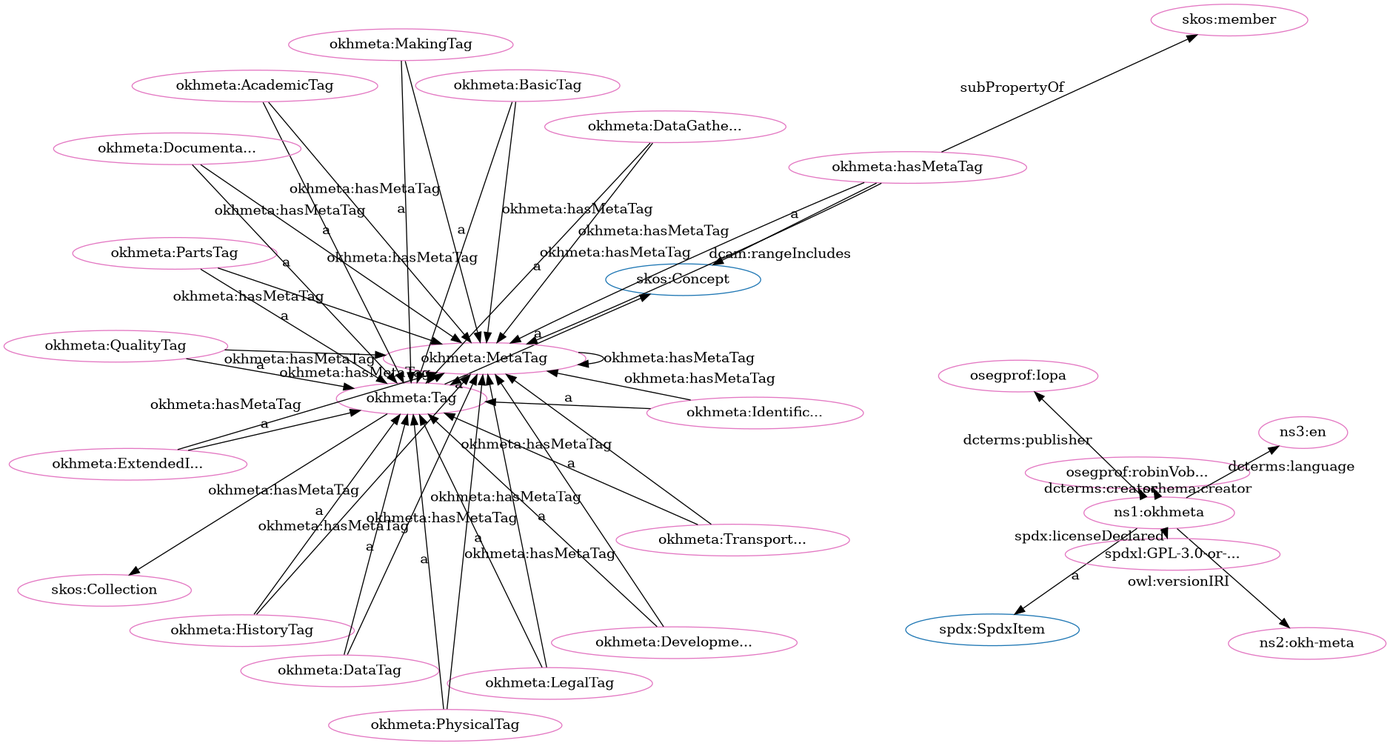
Earlier version of the Graphviz export src/spec/dot_okh-meta-clean.png (iop-alliance/OpenKnowHow). Its source is kept beside it as src/spec/dot_okh-meta-clean.dot.
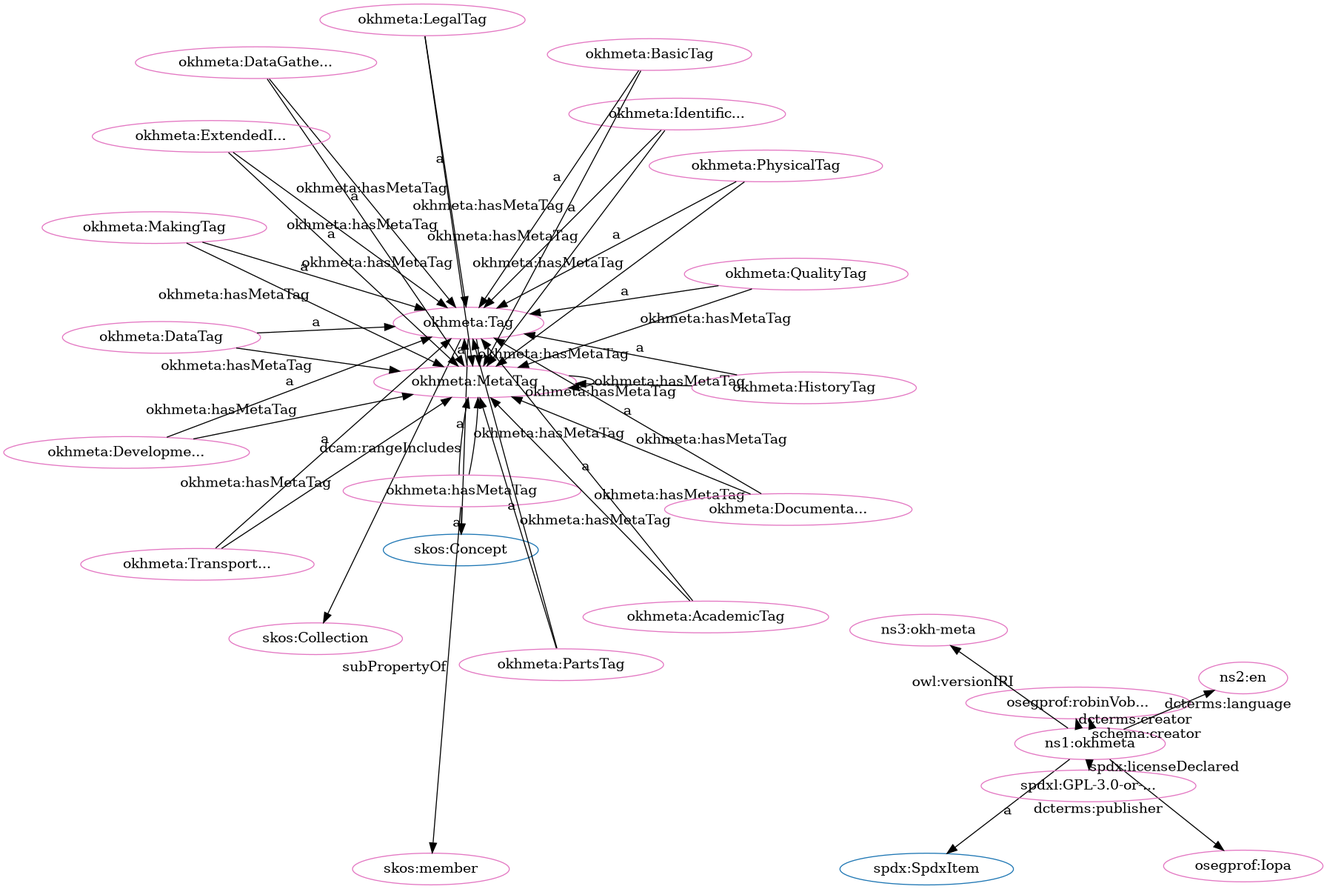
After the commit.

The edit, as a diff of the source:
```diff
@@ -1,80 +1,80 @@
 digraph G {
   rankdir=BT
   node[height=.3]
+"http://www.w3.org/2004/02/skos/core#Concept" [fillcolor="#1f77b4" color="#1f77b4" label="skos:Concept"]
+"http://w3id.org/oseg/ont/okhmeta#Tag" [fillcolor="#1f77b4" color="#1f77b4" label="okhmeta:Tag"]
+"http://www.w3.org/2004/02/skos/core#Collection" [fillcolor="#1f77b4" color="#1f77b4" label="skos:Collection"]
 "http://spdx.org/rdf/terms#SpdxItem" [fillcolor="#1f77b4" color="#1f77b4" label="spdx:SpdxItem"]
-"http://w3id.org/oseg/ont/okhmeta#Tag" [fillcolor="#1f77b4" color="#1f77b4" label="okhmeta:Tag"]
-"http://www.w3.org/2004/02/skos/core#Concept" [fillcolor="#1f77b4" color="#1f77b4" label="skos:Concept"]
-"http://www.w3.org/2004/02/skos/core#Collection" [fillcolor="#1f77b4" color="#1f77b4" label="skos:Collection"]
-"http://w3id.org/oseg/ont/okhmeta#MetaTag" [fillcolor="#e377c2" color="#e377c2" label="okhmeta:MetaTag"]
-"http://w3id.org/oseg/ont/okhmeta#hasMetaTag" [fillcolor="#e377c2" color="#e377c2" label="okhmeta:hasMetaTag"]
-"http://w3id.org/oseg/ont/okhmeta#TransportationTag" [fillcolor="#e377c2" color="#e377c2" label="okhmeta:Transport..."]
-"http://w3id.org/oseg/ont/okhmeta#PartsTag" [fillcolor="#e377c2" color="#e377c2" label="okhmeta:PartsTag"]
-"http://w3id.org/oseg/ont/okhmeta#ExtendedInfoTag" [fillcolor="#e377c2" color="#e377c2" label="okhmeta:ExtendedI..."]
 "http://w3id.org/oseg/ont/okhmeta#HistoryTag" [fillcolor="#e377c2" color="#e377c2" label="okhmeta:HistoryTag"]
 "http://w3id.org/oseg/ont/okhmeta" [fillcolor="#e377c2" color="#e377c2" label="ns1:okhmeta"]
+"http://w3id.org/oseg/ont/okhmeta#IdentificationTag" [fillcolor="#e377c2" color="#e377c2" label="okhmeta:Identific..."]
+"http://w3id.org/oseg/ont/okhmeta#MetaTag" [fillcolor="#e377c2" color="#e377c2" label="okhmeta:MetaTag"]
+"http://w3id.org/oseg/ont/oseg-profiles#Iopa" [fillcolor="#e377c2" color="#e377c2" label="osegprof:Iopa"]
+"http://w3id.org/oseg/ont/okhmeta#hasMetaTag" [fillcolor="#e377c2" color="#e377c2" label="okhmeta:hasMetaTag"]
+"http://w3id.org/oseg/ont/okhmeta#PartsTag" [fillcolor="#e377c2" color="#e377c2" label="okhmeta:PartsTag"]
+"http://w3id.org/oseg/ont/okhmeta#BasicTag" [fillcolor="#e377c2" color="#e377c2" label="okhmeta:BasicTag"]
 "http://w3id.org/oseg/ont/okhmeta#DevelopmentTag" [fillcolor="#e377c2" color="#e377c2" label="okhmeta:Developme..."]
+"http://w3id.org/oseg/ont/okhmeta#AcademicTag" [fillcolor="#e377c2" color="#e377c2" label="okhmeta:AcademicTag"]
+"http://w3id.org/oseg/ont/oseg-profiles#robinVobruba" [fillcolor="#e377c2" color="#e377c2" label="osegprof:robinVob..."]
+"http://w3id.org/oseg/ont/okhmeta#Tag" [fillcolor="#e377c2" color="#e377c2" label="okhmeta:Tag"]
+"http://id.loc.gov/vocabulary/iso639-1/en" [fillcolor="#e377c2" color="#e377c2" label="ns2:en"]
+"http://www.w3.org/2004/02/skos/core#member" [fillcolor="#e377c2" color="#e377c2" label="skos:member"]
+"http://w3id.org/oseg/ont/okhmeta#QualityTag" [fillcolor="#e377c2" color="#e377c2" label="okhmeta:QualityTag"]
+"http://w3id.org/oseg/ont/okhmeta#MakingTag" [fillcolor="#e377c2" color="#e377c2" label="okhmeta:MakingTag"]
+"http://w3id.org/oseg/ont/okhmeta#PhysicalTag" [fillcolor="#e377c2" color="#e377c2" label="okhmeta:PhysicalTag"]
+"http://w3id.org/oseg/ont/okhmeta#TransportationTag" [fillcolor="#e377c2" color="#e377c2" label="okhmeta:Transport..."]
+"http://w3id.org/oseg/ont/1.1.0/okh-meta" [fillcolor="#e377c2" color="#e377c2" label="ns3:okh-meta"]
+"http://w3id.org/oseg/ont/okhmeta#DocumentationTag" [fillcolor="#e377c2" color="#e377c2" label="okhmeta:Documenta..."]
 "http://w3id.org/oseg/ont/okhmeta#LegalTag" [fillcolor="#e377c2" color="#e377c2" label="okhmeta:LegalTag"]
-"http://w3id.org/oseg/ont/okhmeta#MakingTag" [fillcolor="#e377c2" color="#e377c2" label="okhmeta:MakingTag"]
 "http://w3id.org/oseg/ont/okhmeta#DataTag" [fillcolor="#e377c2" color="#e377c2" label="okhmeta:DataTag"]
-"http://www.w3.org/2004/02/skos/core#member" [fillcolor="#e377c2" color="#e377c2" label="skos:member"]
-"http://w3id.org/oseg/ont/1.1.0/okh-meta" [fillcolor="#e377c2" color="#e377c2" label="ns2:okh-meta"]
-"http://w3id.org/oseg/ont/okhmeta#QualityTag" [fillcolor="#e377c2" color="#e377c2" label="okhmeta:QualityTag"]
 "http://w3id.org/oseg/ont/okhmeta#DataGatheringTag" [fillcolor="#e377c2" color="#e377c2" label="okhmeta:DataGathe..."]
-"http://w3id.org/oseg/ont/okhmeta#IdentificationTag" [fillcolor="#e377c2" color="#e377c2" label="okhmeta:Identific..."]
-"http://w3id.org/oseg/ont/oseg-profiles#robinVobruba" [fillcolor="#e377c2" color="#e377c2" label="osegprof:robinVob..."]
-"http://w3id.org/oseg/ont/okhmeta#AcademicTag" [fillcolor="#e377c2" color="#e377c2" label="okhmeta:AcademicTag"]
-"http://w3id.org/oseg/ont/okhmeta#Tag" [fillcolor="#e377c2" color="#e377c2" label="okhmeta:Tag"]
-"http://w3id.org/oseg/ont/okhmeta#PhysicalTag" [fillcolor="#e377c2" color="#e377c2" label="okhmeta:PhysicalTag"]
-"http://id.loc.gov/vocabulary/iso639-1/en" [fillcolor="#e377c2" color="#e377c2" label="ns3:en"]
-"http://w3id.org/oseg/ont/oseg-profiles#Iopa" [fillcolor="#e377c2" color="#e377c2" label="osegprof:Iopa"]
+"http://w3id.org/oseg/ont/okhmeta#ExtendedInfoTag" [fillcolor="#e377c2" color="#e377c2" label="okhmeta:ExtendedI..."]
+"http://spdx.org/licenses/GPL-3.0-or-later" [fillcolor="#e377c2" color="#e377c2" label="spdxl:GPL-3.0-or-..."]
 "http://www.w3.org/2004/02/skos/core#Collection" [fillcolor="#e377c2" color="#e377c2" label="skos:Collection"]
-"http://w3id.org/oseg/ont/okhmeta#DocumentationTag" [fillcolor="#e377c2" color="#e377c2" label="okhmeta:Documenta..."]
-"http://w3id.org/oseg/ont/okhmeta#BasicTag" [fillcolor="#e377c2" color="#e377c2" label="okhmeta:BasicTag"]
-"http://spdx.org/licenses/GPL-3.0-or-later" [fillcolor="#e377c2" color="#e377c2" label="spdxl:GPL-3.0-or-..."]
+  "http://w3id.org/oseg/ont/okhmeta#HistoryTag" -> "http://w3id.org/oseg/ont/okhmeta#Tag" [label="a"]
+  "http://w3id.org/oseg/ont/okhmeta#IdentificationTag" -> "http://w3id.org/oseg/ont/okhmeta#Tag" [label="a"]
+  "http://w3id.org/oseg/ont/okhmeta" -> "http://w3id.org/oseg/ont/oseg-profiles#Iopa" [label="dcterms:publisher"]
+  "http://w3id.org/oseg/ont/okhmeta#hasMetaTag" -> "http://www.w3.org/2004/02/skos/core#Concept" [label="a"]
+  "http://w3id.org/oseg/ont/okhmeta#Tag" -> "http://w3id.org/oseg/ont/okhmeta#MetaTag" [label="okhmeta:hasMetaTag"]
+  "http://w3id.org/oseg/ont/okhmeta#PartsTag" -> "http://w3id.org/oseg/ont/okhmeta#MetaTag" [label="okhmeta:hasMetaTag"]
+  "http://w3id.org/oseg/ont/okhmeta#BasicTag" -> "http://w3id.org/oseg/ont/okhmeta#MetaTag" [label="okhmeta:hasMetaTag"]
+  "http://w3id.org/oseg/ont/okhmeta#hasMetaTag" -> "http://w3id.org/oseg/ont/okhmeta#MetaTag" [label="dcam:rangeIncludes"]
+  "http://w3id.org/oseg/ont/okhmeta" -> "http://id.loc.gov/vocabulary/iso639-1/en" [label="dcterms:language"]
+  "http://w3id.org/oseg/ont/okhmeta#QualityTag" -> "http://w3id.org/oseg/ont/okhmeta#Tag" [label="a"]
+  "http://w3id.org/oseg/ont/okhmeta#PhysicalTag" -> "http://w3id.org/oseg/ont/okhmeta#MetaTag" [label="okhmeta:hasMetaTag"]
+  "http://w3id.org/oseg/ont/okhmeta#MakingTag" -> "http://w3id.org/oseg/ont/okhmeta#MetaTag" [label="okhmeta:hasMetaTag"]
+  "http://w3id.org/oseg/ont/okhmeta#DocumentationTag" -> "http://w3id.org/oseg/ont/okhmeta#Tag" [label="a"]
+  "http://w3id.org/oseg/ont/okhmeta#LegalTag" -> "http://w3id.org/oseg/ont/okhmeta#Tag" [label="a"]
+  "http://w3id.org/oseg/ont/okhmeta#TransportationTag" -> "http://w3id.org/oseg/ont/okhmeta#MetaTag" [label="okhmeta:hasMetaTag"]
+  "http://w3id.org/oseg/ont/okhmeta#hasMetaTag" -> "http://w3id.org/oseg/ont/okhmeta#MetaTag" [label="okhmeta:hasMetaTag"]
+  "http://w3id.org/oseg/ont/okhmeta#DataGatheringTag" -> "http://w3id.org/oseg/ont/okhmeta#Tag" [label="a"]
+  "http://w3id.org/oseg/ont/okhmeta#DataTag" -> "http://w3id.org/oseg/ont/okhmeta#MetaTag" [label="okhmeta:hasMetaTag"]
+  "http://w3id.org/oseg/ont/okhmeta#ExtendedInfoTag" -> "http://w3id.org/oseg/ont/okhmeta#Tag" [label="a"]
+  "http://w3id.org/oseg/ont/okhmeta" -> "http://spdx.org/licenses/GPL-3.0-or-later" [label="spdx:licenseDeclared"]
+  "http://w3id.org/oseg/ont/okhmeta#QualityTag" -> "http://w3id.org/oseg/ont/okhmeta#MetaTag" [label="okhmeta:hasMetaTag"]
+  "http://w3id.org/oseg/ont/okhmeta#Tag" -> "http://www.w3.org/2004/02/skos/core#Collection" [label=""]
+  "http://w3id.org/oseg/ont/okhmeta" -> "http://spdx.org/rdf/terms#SpdxItem" [label="a"]
+  "http://w3id.org/oseg/ont/okhmeta#HistoryTag" -> "http://w3id.org/oseg/ont/okhmeta#MetaTag" [label="okhmeta:hasMetaTag"]
+  "http://w3id.org/oseg/ont/okhmeta#IdentificationTag" -> "http://w3id.org/oseg/ont/okhmeta#MetaTag" [label="okhmeta:hasMetaTag"]
+  "http://w3id.org/oseg/ont/okhmeta#PartsTag" -> "http://w3id.org/oseg/ont/okhmeta#Tag" [label="a"]
+  "http://w3id.org/oseg/ont/okhmeta#BasicTag" -> "http://w3id.org/oseg/ont/okhmeta#Tag" [label="a"]
+  "http://w3id.org/oseg/ont/okhmeta#DevelopmentTag" -> "http://w3id.org/oseg/ont/okhmeta#Tag" [label="a"]
+  "http://w3id.org/oseg/ont/okhmeta#AcademicTag" -> "http://w3id.org/oseg/ont/okhmeta#Tag" [label="a"]
+  "http://w3id.org/oseg/ont/okhmeta" -> "http://w3id.org/oseg/ont/oseg-profiles#robinVobruba" [label="dcterms:creator"]
+  "http://w3id.org/oseg/ont/okhmeta#Tag" -> "http://www.w3.org/2004/02/skos/core#Concept" [label="a"]
+  "http://w3id.org/oseg/ont/okhmeta#hasMetaTag" -> "http://www.w3.org/2004/02/skos/core#member" [label="subPropertyOf"]
   "http://w3id.org/oseg/ont/okhmeta#ExtendedInfoTag" -> "http://w3id.org/oseg/ont/okhmeta#MetaTag" [label="okhmeta:hasMetaTag"]
-  "http://w3id.org/oseg/ont/okhmeta#ExtendedInfoTag" -> "http://w3id.org/oseg/ont/okhmeta#Tag" [label="a"]
+  "http://w3id.org/oseg/ont/okhmeta#MakingTag" -> "http://w3id.org/oseg/ont/okhmeta#Tag" [label="a"]
+  "http://w3id.org/oseg/ont/okhmeta#PhysicalTag" -> "http://w3id.org/oseg/ont/okhmeta#Tag" [label="a"]
+  "http://w3id.org/oseg/ont/okhmeta" -> "http://w3id.org/oseg/ont/oseg-profiles#robinVobruba" [label="schema:creator"]
+  "http://w3id.org/oseg/ont/okhmeta#AcademicTag" -> "http://w3id.org/oseg/ont/okhmeta#MetaTag" [label="okhmeta:hasMetaTag"]
+  "http://w3id.org/oseg/ont/okhmeta#TransportationTag" -> "http://w3id.org/oseg/ont/okhmeta#Tag" [label="a"]
   "http://w3id.org/oseg/ont/okhmeta#MetaTag" -> "http://w3id.org/oseg/ont/okhmeta#Tag" [label="a"]
-  "http://w3id.org/oseg/ont/okhmeta#HistoryTag" -> "http://w3id.org/oseg/ont/okhmeta#MetaTag" [label="okhmeta:hasMetaTag"]
-  "http://w3id.org/oseg/ont/okhmeta#MakingTag" -> "http://w3id.org/oseg/ont/okhmeta#Tag" [label="a"]
+  "http://w3id.org/oseg/ont/okhmeta" -> "http://w3id.org/oseg/ont/1.1.0/okh-meta" [label="owl:versionIRI"]
+  "http://w3id.org/oseg/ont/okhmeta#DataTag" -> "http://w3id.org/oseg/ont/okhmeta#Tag" [label="a"]
+  "http://w3id.org/oseg/ont/okhmeta#MetaTag" -> "http://w3id.org/oseg/ont/okhmeta#MetaTag" [label="okhmeta:hasMetaTag"]
+  "http://w3id.org/oseg/ont/okhmeta#DocumentationTag" -> "http://w3id.org/oseg/ont/okhmeta#MetaTag" [label="okhmeta:hasMetaTag"]
   "http://w3id.org/oseg/ont/okhmeta#DevelopmentTag" -> "http://w3id.org/oseg/ont/okhmeta#MetaTag" [label="okhmeta:hasMetaTag"]
-  "http://w3id.org/oseg/ont/okhmeta" -> "http://spdx.org/rdf/terms#SpdxItem" [label="a"]
-  "http://w3id.org/oseg/ont/okhmeta#DataTag" -> "http://w3id.org/oseg/ont/okhmeta#Tag" [label="a"]
-  "http://w3id.org/oseg/ont/okhmeta#QualityTag" -> "http://w3id.org/oseg/ont/okhmeta#MetaTag" [label="okhmeta:hasMetaTag"]
-  "http://w3id.org/oseg/ont/okhmeta#BasicTag" -> "http://w3id.org/oseg/ont/okhmeta#MetaTag" [label="okhmeta:hasMetaTag"]
-  "http://w3id.org/oseg/ont/okhmeta#QualityTag" -> "http://w3id.org/oseg/ont/okhmeta#Tag" [label="a"]
-  "http://w3id.org/oseg/ont/okhmeta#MetaTag" -> "http://w3id.org/oseg/ont/okhmeta#MetaTag" [label="okhmeta:hasMetaTag"]
+  "http://w3id.org/oseg/ont/okhmeta#LegalTag" -> "http://w3id.org/oseg/ont/okhmeta#MetaTag" [label="okhmeta:hasMetaTag"]
   "http://w3id.org/oseg/ont/okhmeta#DataGatheringTag" -> "http://w3id.org/oseg/ont/okhmeta#MetaTag" [label="okhmeta:hasMetaTag"]
-  "http://w3id.org/oseg/ont/okhmeta#IdentificationTag" -> "http://w3id.org/oseg/ont/okhmeta#Tag" [label="a"]
-  "http://w3id.org/oseg/ont/okhmeta#PhysicalTag" -> "http://w3id.org/oseg/ont/okhmeta#MetaTag" [label="okhmeta:hasMetaTag"]
-  "http://w3id.org/oseg/ont/okhmeta" -> "http://w3id.org/oseg/ont/oseg-profiles#robinVobruba" [label="schema:creator"]
-  "http://w3id.org/oseg/ont/okhmeta#PhysicalTag" -> "http://w3id.org/oseg/ont/okhmeta#Tag" [label="a"]
-  "http://w3id.org/oseg/ont/okhmeta#Tag" -> "http://w3id.org/oseg/ont/okhmeta#MetaTag" [label="okhmeta:hasMetaTag"]
-  "http://w3id.org/oseg/ont/okhmeta#Tag" -> "http://www.w3.org/2004/02/skos/core#Collection" [label=""]
-  "http://w3id.org/oseg/ont/okhmeta#DocumentationTag" -> "http://w3id.org/oseg/ont/okhmeta#Tag" [label="a"]
-  "http://w3id.org/oseg/ont/okhmeta#hasMetaTag" -> "http://www.w3.org/2004/02/skos/core#Concept" [label="a"]
-  "http://w3id.org/oseg/ont/okhmeta#hasMetaTag" -> "http://w3id.org/oseg/ont/okhmeta#MetaTag" [label="dcam:rangeIncludes"]
-  "http://w3id.org/oseg/ont/okhmeta" -> "http://w3id.org/oseg/ont/oseg-profiles#robinVobruba" [label="dcterms:creator"]
-  "http://w3id.org/oseg/ont/okhmeta#DataTag" -> "http://w3id.org/oseg/ont/okhmeta#MetaTag" [label="okhmeta:hasMetaTag"]
-  "http://w3id.org/oseg/ont/okhmeta" -> "http://spdx.org/licenses/GPL-3.0-or-later" [label="spdx:licenseDeclared"]
-  "http://w3id.org/oseg/ont/okhmeta#BasicTag" -> "http://w3id.org/oseg/ont/okhmeta#Tag" [label="a"]
-  "http://w3id.org/oseg/ont/okhmeta#IdentificationTag" -> "http://w3id.org/oseg/ont/okhmeta#MetaTag" [label="okhmeta:hasMetaTag"]
-  "http://w3id.org/oseg/ont/okhmeta#TransportationTag" -> "http://w3id.org/oseg/ont/okhmeta#Tag" [label="a"]
-  "http://w3id.org/oseg/ont/okhmeta#PartsTag" -> "http://w3id.org/oseg/ont/okhmeta#Tag" [label="a"]
-  "http://w3id.org/oseg/ont/okhmeta#HistoryTag" -> "http://w3id.org/oseg/ont/okhmeta#Tag" [label="a"]
-  "http://w3id.org/oseg/ont/okhmeta#DevelopmentTag" -> "http://w3id.org/oseg/ont/okhmeta#Tag" [label="a"]
-  "http://w3id.org/oseg/ont/okhmeta#LegalTag" -> "http://w3id.org/oseg/ont/okhmeta#Tag" [label="a"]
-  "http://w3id.org/oseg/ont/okhmeta#hasMetaTag" -> "http://www.w3.org/2004/02/skos/core#member" [label="subPropertyOf"]
-  "http://w3id.org/oseg/ont/okhmeta#MakingTag" -> "http://w3id.org/oseg/ont/okhmeta#MetaTag" [label="okhmeta:hasMetaTag"]
-  "http://w3id.org/oseg/ont/okhmeta" -> "http://w3id.org/oseg/ont/1.1.0/okh-meta" [label="owl:versionIRI"]
-  "http://w3id.org/oseg/ont/okhmeta#DataGatheringTag" -> "http://w3id.org/oseg/ont/okhmeta#Tag" [label="a"]
-  "http://w3id.org/oseg/ont/okhmeta#PartsTag" -> "http://w3id.org/oseg/ont/okhmeta#MetaTag" [label="okhmeta:hasMetaTag"]
-  "http://w3id.org/oseg/ont/okhmeta#AcademicTag" -> "http://w3id.org/oseg/ont/okhmeta#MetaTag" [label="okhmeta:hasMetaTag"]
-  "http://w3id.org/oseg/ont/okhmeta#TransportationTag" -> "http://w3id.org/oseg/ont/okhmeta#MetaTag" [label="okhmeta:hasMetaTag"]
-  "http://w3id.org/oseg/ont/okhmeta#AcademicTag" -> "http://w3id.org/oseg/ont/okhmeta#Tag" [label="a"]
-  "http://w3id.org/oseg/ont/okhmeta#Tag" -> "http://www.w3.org/2004/02/skos/core#Concept" [label="a"]
-  "http://w3id.org/oseg/ont/okhmeta" -> "http://id.loc.gov/vocabulary/iso639-1/en" [label="dcterms:language"]
-  "http://w3id.org/oseg/ont/okhmeta" -> "http://w3id.org/oseg/ont/oseg-profiles#Iopa" [label="dcterms:publisher"]
-  "http://w3id.org/oseg/ont/okhmeta#LegalTag" -> "http://w3id.org/oseg/ont/okhmeta#MetaTag" [label="okhmeta:hasMetaTag"]
-  "http://w3id.org/oseg/ont/okhmeta#DocumentationTag" -> "http://w3id.org/oseg/ont/okhmeta#MetaTag" [label="okhmeta:hasMetaTag"]
-  "http://w3id.org/oseg/ont/okhmeta#hasMetaTag" -> "http://w3id.org/oseg/ont/okhmeta#MetaTag" [label="okhmeta:hasMetaTag"]
 }
```
